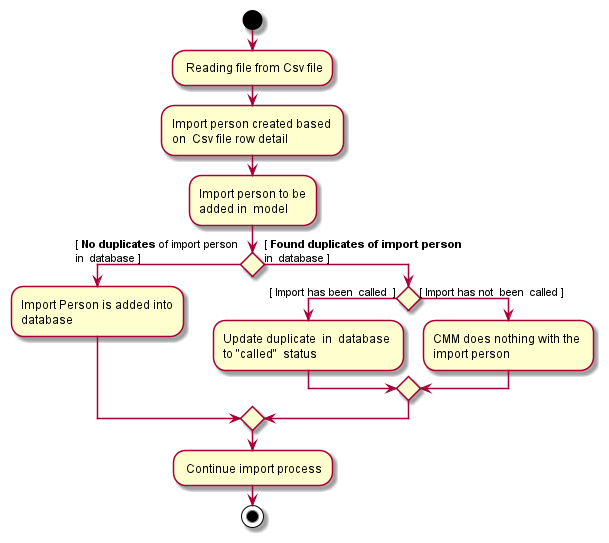
This is docs/images/DuplicateImportDecision.png from pranav-ganesh/tp, a PlantUML export, as it was before one commit.
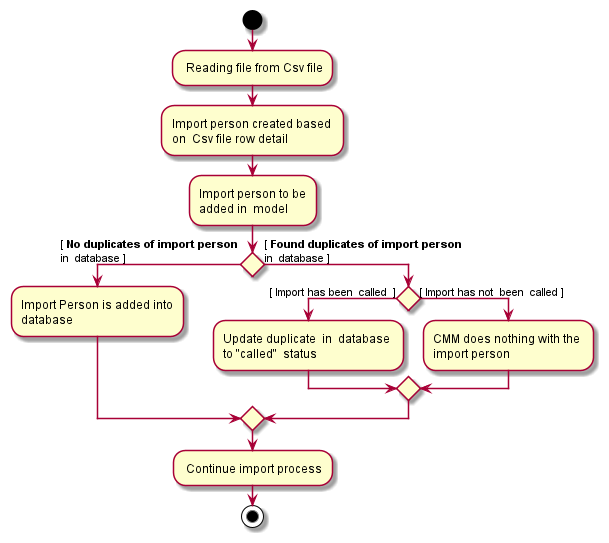
Above is the later version.

Change to the diagram source:
```diff
@@ -5,7 +5,7 @@
 -Import person created based \non  Csv file row detail
 
 -Import person to be\nadded in  model
-if () then ([ **No duplicates** of import person \nin  database ])
+if () then ([ **No duplicates of import person** \nin  database ])
     :Import Person is added into\ndatabase;
 else ([ **Found duplicates of import person** \nin  database ])
       if () then  ( [ Import has been  called  ])
```
